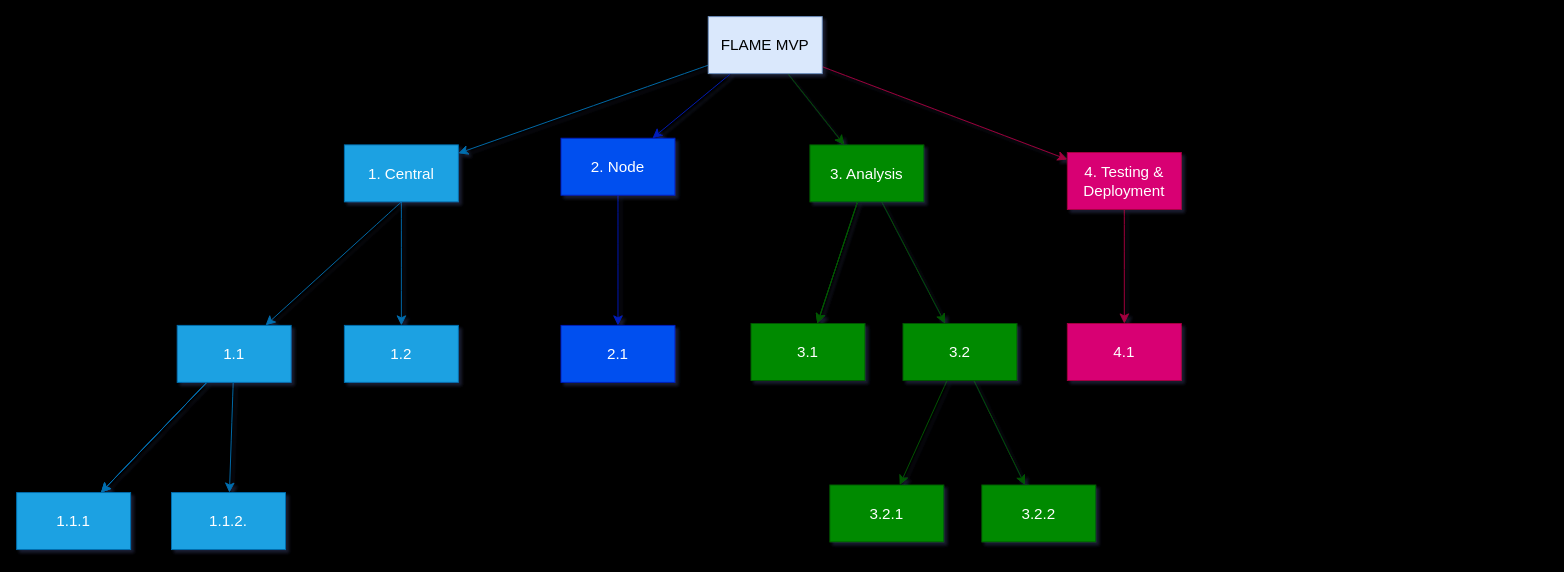
PrivateAIM/diagrams keeps this draw.io diagram as project plan/WBS.drawio. Above is the earlier version. Source tidied: cells renumbered, new cells numbered last; positions are measured from the earlier drawing's top-left corner, leaving out a move shared by most shapes. Both pictures are drawn from the tidied source at 95%, with x=0, y=0 at pixel (16, 16).
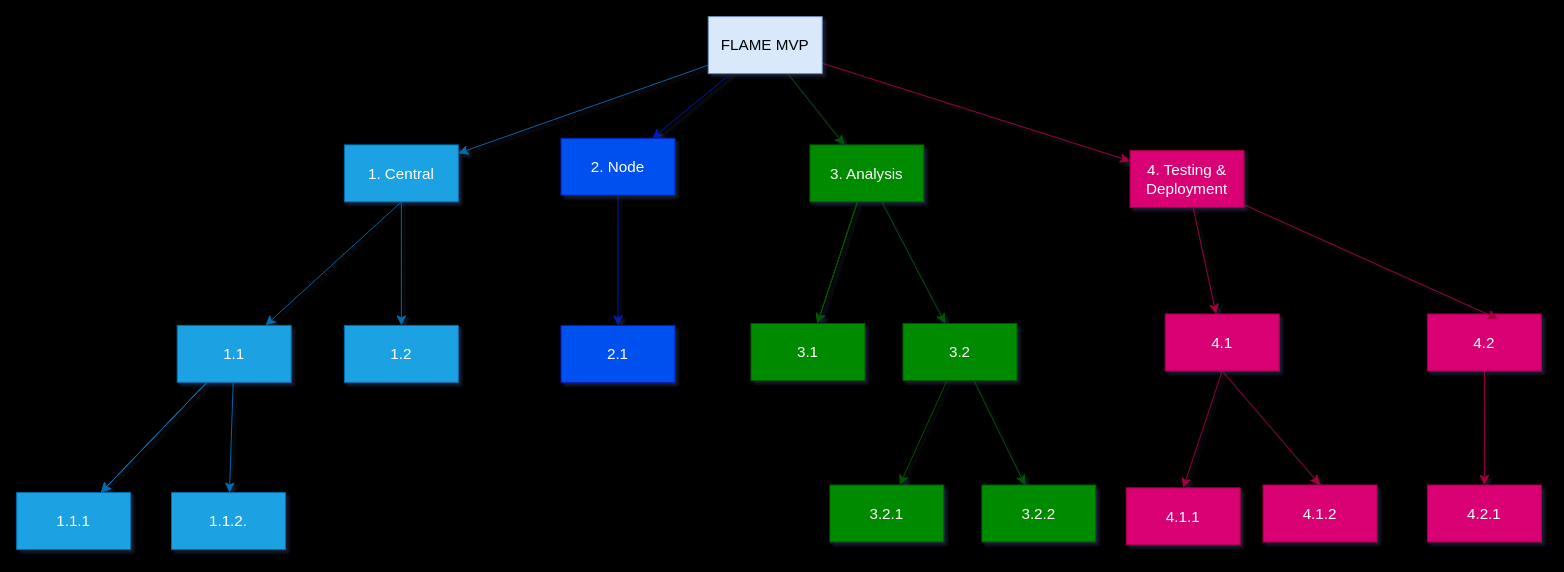
Above is the later version.

Commit message:
feat: updated installation tasks

Diff of the diagram source:
```diff
@@
     <mxCell id="20" value="4. Testing &amp;amp; Deployment" style="whiteSpace=wrap;html=1;fontSize=16;rounded=0;fillColor=#d80073;strokeColor=#A50040;fontColor=#ffffff;" parent="1" vertex="1">
-      <mxGeometry x="1106" y="143" width="120" height="60" as="geometry" />
+      <mxGeometry x="1172" y="141" width="120" height="60" as="geometry" />
     </mxCell>
@@
     <mxCell id="35" value="4.1" style="whiteSpace=wrap;html=1;fontSize=16;fillColor=#d80073;strokeColor=#A50040;rounded=0;fontColor=#ffffff;" parent="1" vertex="1">
-      <mxGeometry x="1106" y="323" width="120" height="60" as="geometry" />
+      <mxGeometry x="1209" y="313" width="120" height="60" as="geometry" />
     </mxCell>
@@
+    <mxCell id="38" value="4.1.1" style="whiteSpace=wrap;html=1;fontSize=16;fillColor=#d80073;strokeColor=#A50040;rounded=0;fontColor=#ffffff;" parent="1" vertex="1">
+      <mxGeometry x="1168" y="496" width="120" height="60" as="geometry" />
+    </mxCell>
+    <mxCell id="39" value="4.1.2" style="whiteSpace=wrap;html=1;fontSize=16;fillColor=#d80073;strokeColor=#A50040;rounded=0;fontColor=#ffffff;" parent="1" vertex="1">
+      <mxGeometry x="1312" y="493" width="120" height="60" as="geometry" />
+    </mxCell>
+    <mxCell id="40" value="4.2" style="whiteSpace=wrap;html=1;fontSize=16;fillColor=#d80073;strokeColor=#A50040;rounded=0;fontColor=#ffffff;" parent="1" vertex="1">
+      <mxGeometry x="1485" y="313" width="120" height="60" as="geometry" />
+    </mxCell>
+    <mxCell id="41" value="4.2.1" style="whiteSpace=wrap;html=1;fontSize=16;fillColor=#d80073;strokeColor=#A50040;rounded=0;fontColor=#ffffff;" parent="1" vertex="1">
+      <mxGeometry x="1485" y="493" width="120" height="60" as="geometry" />
+    </mxCell>
+    <mxCell id="42" style="edgeStyle=none;curved=1;rounded=0;jettySize=auto;html=1;fontSize=12;startSize=8;endSize=8;fillColor=#d80073;strokeColor=#A50040;entryX=0.617;entryY=0.083;entryDx=0;entryDy=0;entryPerimeter=0;" parent="1" edge="1" source="20" target="40">
+      <mxGeometry relative="1" as="geometry" />
+    </mxCell>
+    <mxCell id="43" style="edgeStyle=none;curved=1;rounded=0;jettySize=auto;html=1;fontSize=12;startSize=8;endSize=8;fillColor=#d80073;strokeColor=#A50040;entryX=0.5;entryY=0;entryDx=0;entryDy=0;exitX=0.5;exitY=1;exitDx=0;exitDy=0;" parent="1" edge="1" source="35" target="38">
+      <mxGeometry relative="1" as="geometry" />
+    </mxCell>
+    <mxCell id="44" style="edgeStyle=none;curved=1;rounded=0;jettySize=auto;html=1;fontSize=12;startSize=8;endSize=8;fillColor=#d80073;strokeColor=#A50040;entryX=0.5;entryY=0;entryDx=0;entryDy=0;exitX=0.5;exitY=1;exitDx=0;exitDy=0;" parent="1" edge="1" source="40" target="41">
+      <mxGeometry relative="1" as="geometry" />
+    </mxCell>
+    <mxCell id="45" style="edgeStyle=none;curved=1;rounded=0;jettySize=auto;html=1;fontSize=12;startSize=8;endSize=8;fillColor=#d80073;strokeColor=#A50040;entryX=0.5;entryY=0;entryDx=0;entryDy=0;exitX=0.5;exitY=1;exitDx=0;exitDy=0;" parent="1" edge="1" source="35" target="39">
+      <mxGeometry relative="1" as="geometry" />
+    </mxCell>
```
